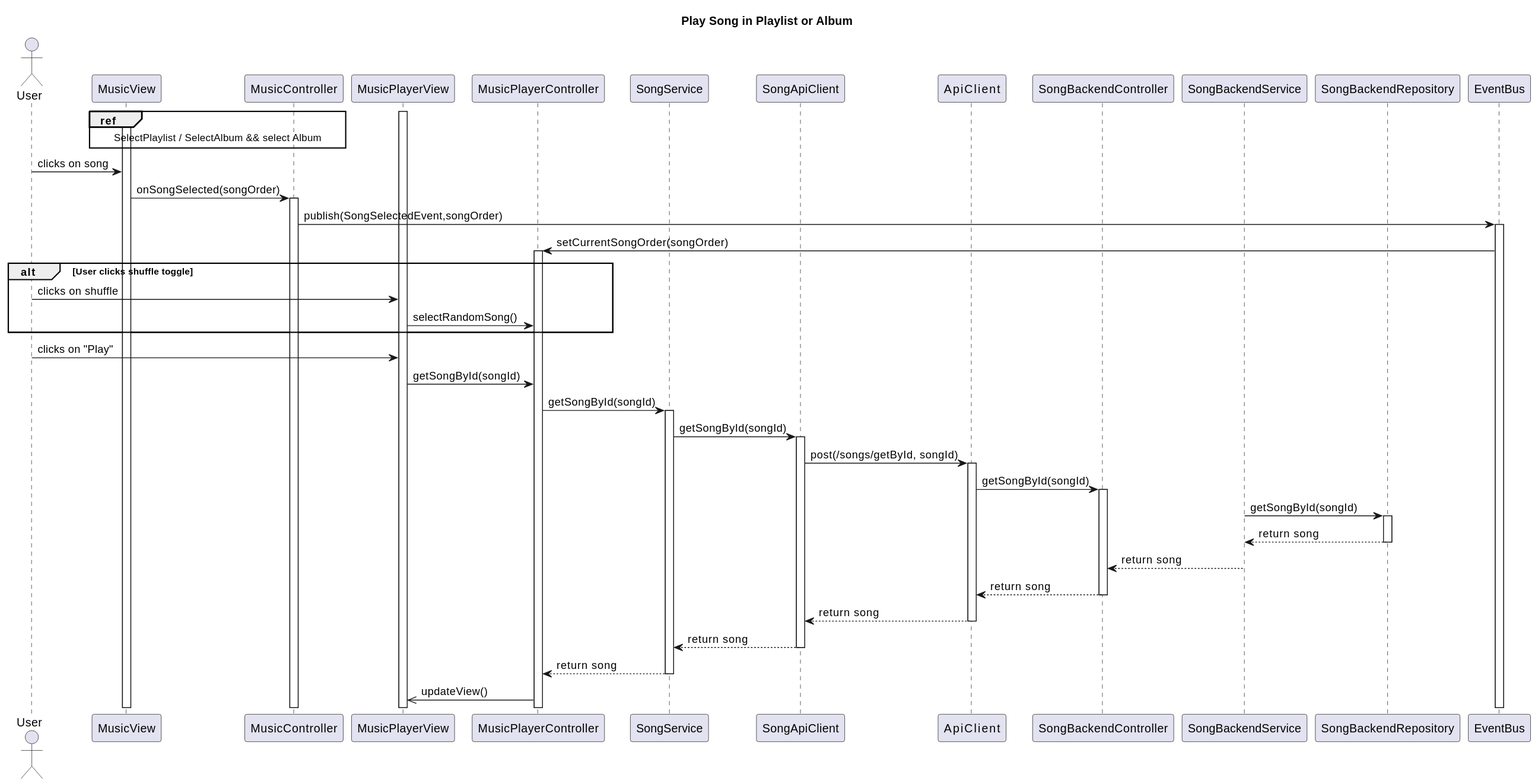
RubenKingCP/Tunix keeps this PlantUML diagram as Paradoteo_4/SequenceDiagrams-v0.3/PlaySongInPlaylistOrAlbum.svg. Above is the earlier version. Its diagram source:
```plantuml
@startuml
title Play Song in Playlist or Album

actor User

participant MusicView
participant MusicController
participant MusicPlayerView
participant MusicPlayerController
participant SongService
participant SongApiClient
participant ApiService
participant SongBackendController
participant SongBackendService
participant SongBackendRepository

participant EventBus


activate MusicPlayerView
ref over MusicView, MusicController
SelectPlaylist / SelectAlbum && select Album
end ref
activate MusicView
User -> MusicView : clicks on song
MusicView -> MusicController : onSongSelected(songOrder)
activate MusicController
MusicController -> EventBus : publish(SongSelectedEvent,songOrder)
activate EventBus
EventBus -> MusicPlayerController : setCurrentSongOrder(songOrder)
activate MusicPlayerController
alt User clicks shuffle toggle
    User -> MusicPlayerView : clicks on shuffle
    MusicPlayerView -> MusicPlayerController : selectRandomSong()
end
User -> MusicPlayerView : clicks on "Play"
MusicPlayerView -> MusicPlayerController : getSongById(songId)
MusicPlayerController -> SongService : getSongById(songId)
activate SongService
SongService -> SongApiClient : getSongById(songId)
activate SongApiClient
SongApiClient -> ApiService : post(/songs/getById, songId)
activate ApiService
ApiService -> SongBackendController : getSongById(songId)
activate SongBackendController
SongBackendService -> SongBackendRepository : getSongById(songId)
activate SongBackendRepository
SongBackendRepository --> SongBackendService : return song
deactivate SongBackendRepository
SongBackendService --> SongBackendController : return song
deactivate SongBackendService
SongBackendController --> ApiService : return song
deactivate SongBackendController
ApiService --> SongApiClient : return song
deactivate ApiService
SongApiClient --> SongService : return song
deactivate SongApiClient
SongService --> MusicPlayerController : return song
deactivate SongService
MusicPlayerController ->> MusicPlayerView : updateView()
@enduml
```
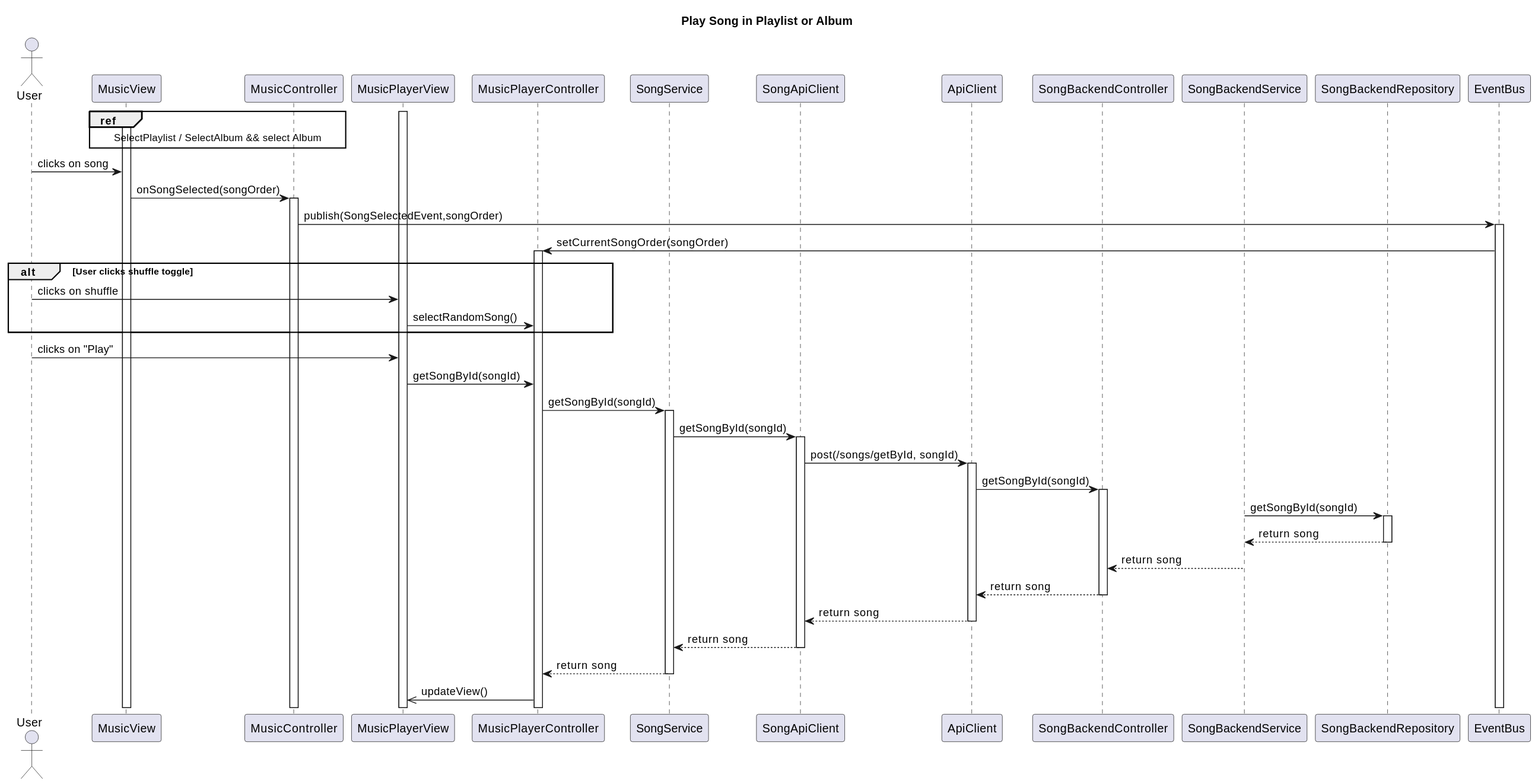
Above is the later version.

What changed in the source:
```diff
@@ -9,7 +9,7 @@
 participant MusicPlayerController
 participant SongService
 participant SongApiClient
-participant ApiService
+participant ApiClient
 participant SongBackendController
 participant SongBackendService
 participant SongBackendRepository
@@ -39,9 +39,9 @@
 activate SongService
 SongService -> SongApiClient : getSongById(songId)
 activate SongApiClient
-SongApiClient -> ApiService : post(/songs/getById, songId)
-activate ApiService
-ApiService -> SongBackendController : getSongById(songId)
+SongApiClient -> ApiClient : post(/songs/getById, songId)
+activate ApiClient
+ApiClient -> SongBackendController : getSongById(songId)
 activate SongBackendController
 SongBackendService -> SongBackendRepository : getSongById(songId)
 activate SongBackendRepository
@@ -49,10 +49,10 @@
 deactivate SongBackendRepository
 SongBackendService --> SongBackendController : return song
 deactivate SongBackendService
-SongBackendController --> ApiService : return song
+SongBackendController --> ApiClient : return song
 deactivate SongBackendController
-ApiService --> SongApiClient : return song
-deactivate ApiService
+ApiClient --> SongApiClient : return song
+deactivate ApiClient
 SongApiClient --> SongService : return song
 deactivate SongApiClient
 SongService --> MusicPlayerController : return song
```
